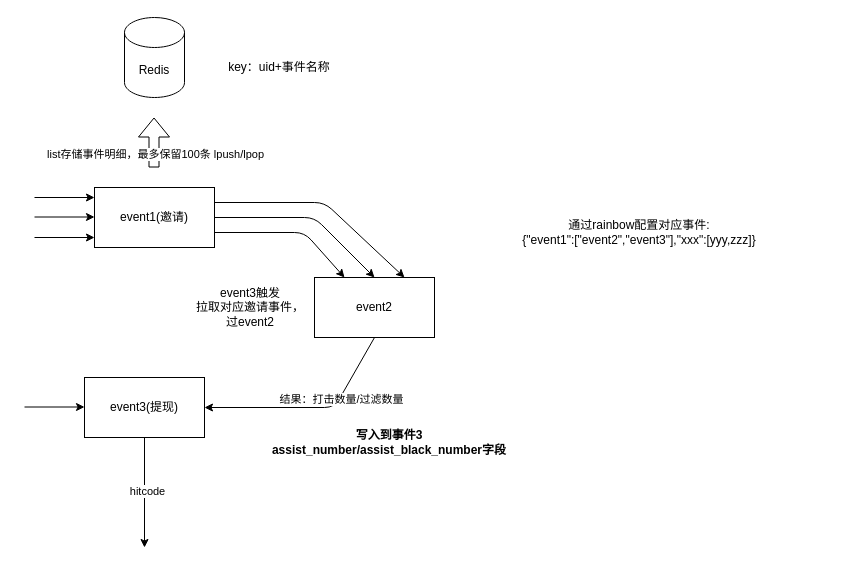
This is event_3.drawio from learn2Pro/draw_io_save, a draw.io file, before an edit. Source tidied: cells renumbered, new cells numbered last; positions are measured from the earlier drawing's top-left corner, leaving out a move shared by most shapes. Both pictures are drawn from the tidied source at 100%, with x=0, y=0 at pixel (24, 17).
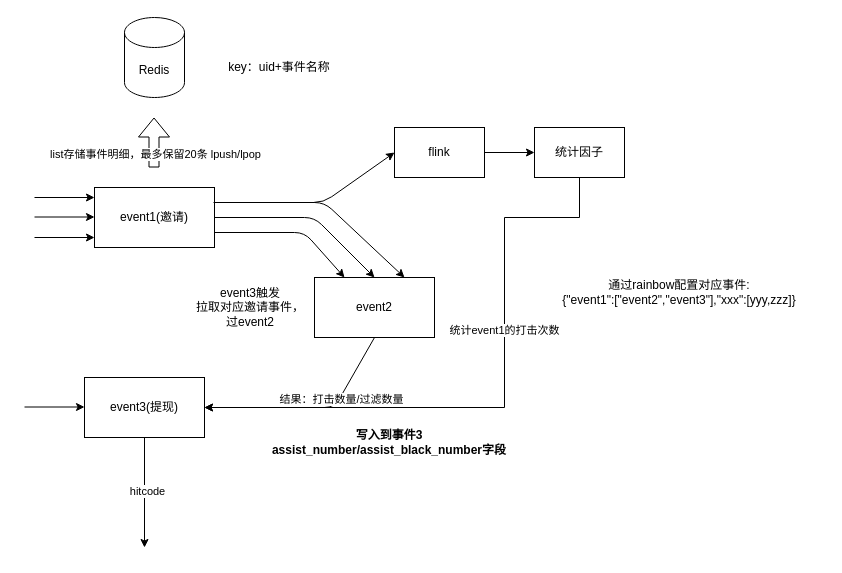
Above is the later version.

The change refers to these unchanged cells:
```xml
<mxCell id="3" value="event3(提现)" style="rounded=0;whiteSpace=wrap;html=1;" parent="1" vertex="1">
  <mxGeometry x="60" y="360" width="120" height="60" as="geometry" />
</mxCell>
<mxCell id="17" style="shape=flexArrow;endArrow=classic;html=1;" parent="1" edge="1">
  <mxGeometry relative="1" as="geometry">
    <mxPoint x="129.5" y="150" as="sourcePoint" />
    <mxPoint x="129.5" y="100" as="targetPoint" />
  </mxGeometry>
</mxCell>
```

What changed in the source:
```diff
@@
-    <mxCell id="18" value="list存储事件明细，最多保留100条 lpush/lpop" style="edgeLabel;html=1;align=center;verticalAlign=middle;" parent="17" vertex="1">
+    <mxCell id="18" value="list存储事件明细，最多保留20条 lpush/lpop" style="edgeLabel;html=1;align=center;verticalAlign=middle;" parent="17" vertex="1">
       <mxGeometry x="-0.44" relative="1" as="geometry">
         <mxPoint x="1" as="offset" />
       </mxGeometry>
     </mxCell>
@@
     <mxCell id="22" value="通过rainbow配置对应事件:&lt;br&gt;{&quot;event1&quot;:[&quot;event2&quot;,&quot;event3&quot;],&quot;xxx&quot;:[yyy,zzz]}" style="text;html=1;strokeColor=none;fillColor=none;align=center;verticalAlign=middle;whiteSpace=wrap;rounded=0;" parent="1" vertex="1">
-      <mxGeometry x="470" y="80" width="290" height="270" as="geometry" />
+      <mxGeometry x="510" y="140" width="290" height="270" as="geometry" />
     </mxCell>
+    <mxCell id="23" style="endArrow=classic;html=1;exitX=1;exitY=0.25;exitDx=0;exitDy=0;entryX=0;entryY=0.5;entryDx=0;entryDy=0;" parent="1" edge="1" target="25">
+      <mxGeometry relative="1" as="geometry">
+        <mxPoint x="189" y="185" as="sourcePoint" />
+        <Array as="points">
+          <mxPoint x="299" y="185" />
+        </Array>
+      </mxGeometry>
+    </mxCell>
+    <mxCell id="24" style="edgeStyle=orthogonalEdgeStyle;rounded=0;jettySize=auto;html=1;" parent="1" edge="1" source="25" target="26">
+      <mxGeometry relative="1" as="geometry" />
+    </mxCell>
+    <mxCell id="25" value="flink" style="rounded=0;whiteSpace=wrap;html=1;" parent="1" vertex="1">
+      <mxGeometry x="370" y="110" width="90" height="50" as="geometry" />
+    </mxCell>
+    <mxCell id="26" value="统计因子" style="rounded=0;whiteSpace=wrap;html=1;" parent="1" vertex="1">
+      <mxGeometry x="510" y="110" width="90" height="50" as="geometry" />
+    </mxCell>
+    <mxCell id="27" style="edgeStyle=orthogonalEdgeStyle;rounded=0;jettySize=auto;html=1;entryX=1;entryY=0.5;entryDx=0;entryDy=0;exitX=0.5;exitY=1;exitDx=0;exitDy=0;" parent="1" edge="1" source="26" target="3">
+      <mxGeometry relative="1" as="geometry">
+        <Array as="points">
+          <mxPoint x="555" y="200" />
+          <mxPoint x="480" y="200" />
+          <mxPoint x="480" y="390" />
+        </Array>
+      </mxGeometry>
+    </mxCell>
+    <mxCell id="28" value="统计event1的打击次数" style="edgeLabel;html=1;align=center;verticalAlign=middle;" parent="27" vertex="1">
+      <mxGeometry x="-0.25" y="-1" relative="1" as="geometry" />
+    </mxCell>
```
